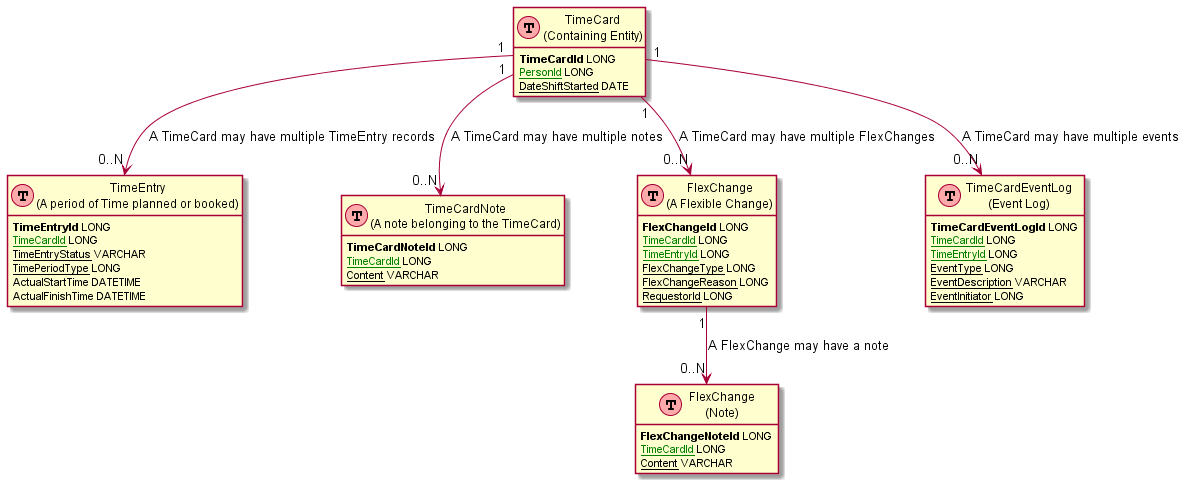
The PlantUML diagram docs/images/timecard-container-data-model.png in UKHomeOffice/callisto-timecard-restapi, before a commit.
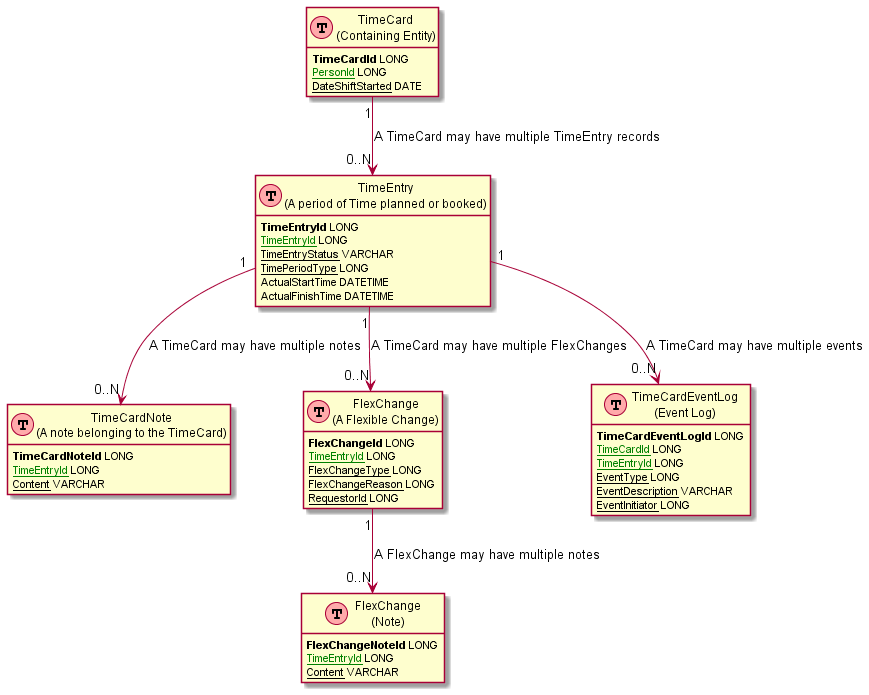
Later version of the same file.

Commit message:
Alter owning entity from TimeCard to TimeEntry

Diff of the diagram source:
```diff
@@ -16,7 +16,7 @@
 
 Table(TimeEntry, "TimeEntry\n(A period of Time planned or booked)") {
 primary_key(TimeEntryId) LONG
-not_null(unique(TimeCardId)) LONG
+not_null(unique(TimeEntryId)) LONG
 not_null(TimeEntryStatus) VARCHAR
 not_null(TimePeriodType) LONG
 ActualStartTime DATETIME
@@ -25,13 +25,12 @@
 
 Table(TimeCardNote, "TimeCardNote\n(A note belonging to the TimeCard)") {
 primary_key(TimeCardNoteId) LONG
-not_null(unique(TimeCardId)) LONG
+not_null(unique(TimeEntryId)) LONG
 not_null(Content) VARCHAR
 }
 
 Table(FlexChange, "FlexChange\n(A Flexible Change)") {
 primary_key(FlexChangeId) LONG
-not_null(unique(TimeCardId)) LONG
 not_null(unique(TimeEntryId)) LONG
 not_null(FlexChangeType) LONG
 not_null(FlexChangeReason) LONG
@@ -40,7 +39,7 @@
 
 Table(FlexChangeNote, "FlexChange\n(Note)") {
 primary_key(FlexChangeNoteId) LONG
-not_null(unique(TimeCardId)) LONG
+not_null(unique(TimeEntryId)) LONG
 not_null(Content) VARCHAR
 }
 
@@ -54,8 +53,8 @@
 }
 
 TimeCard   "1" --> "0..N" TimeEntry : A TimeCard may have multiple TimeEntry records
-TimeCard   "1" --> "0..N" TimeCardNote : A TimeCard may have multiple notes
-TimeCard   "1" --> "0..N" FlexChange   : A TimeCard may have multiple FlexChanges
-TimeCard   "1" --> "0..N" TimeCardEventLog : A TimeCard may have multiple events
-FlexChange "1" --> "0..N" FlexChangeNote   : A FlexChange may have a note
+TimeEntry  "1" --> "0..N" TimeCardNote : A TimeCard may have multiple notes
+TimeEntry  "1" --> "0..N" FlexChange   : A TimeCard may have multiple FlexChanges
+TimeEntry  "1" --> "0..N" TimeCardEventLog : A TimeCard may have multiple events
+FlexChange "1" --> "0..N" FlexChangeNote   : A FlexChange may have multiple notes
 @enduml
```
